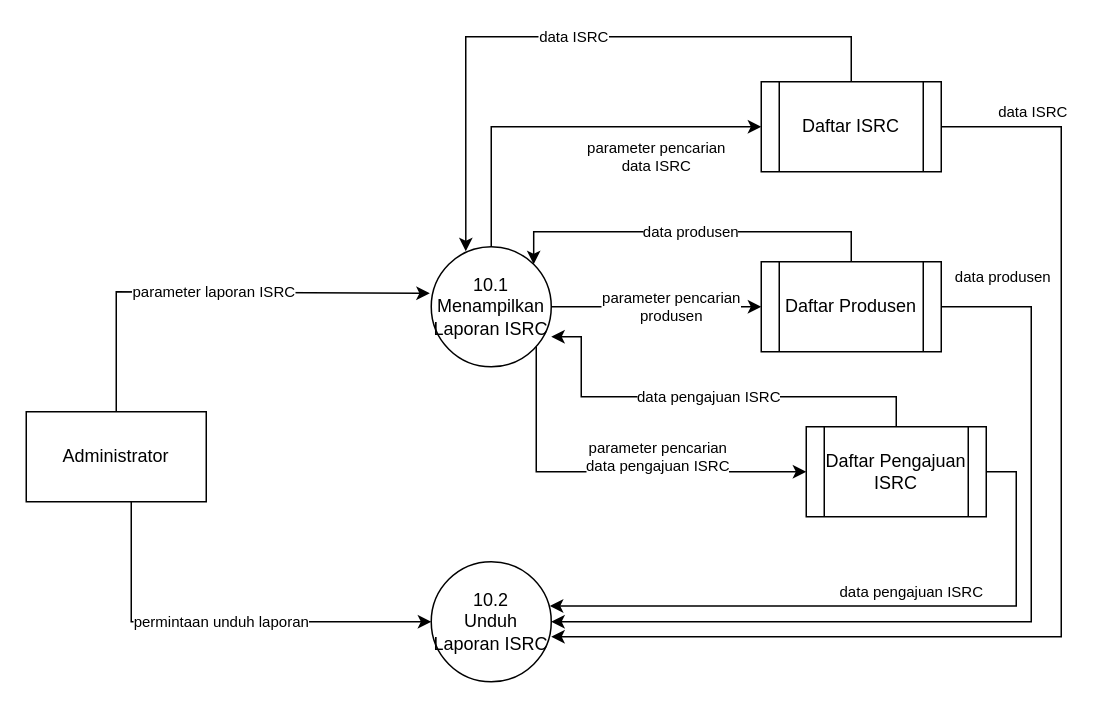
The draw.io diagram page "DFD lv.2 10.0" (15 of 26) of Kerjaan 2022/ERD.drawio in Mithaau/Kerjaan-2022, before the edit. Source tidied: cells renumbered, new cells numbered last; positions are measured from the earlier drawing's top-left corner, leaving out a move shared by most shapes. Both pictures are drawn from the tidied source at 150%, with x=0, y=0 at pixel (26, 36).
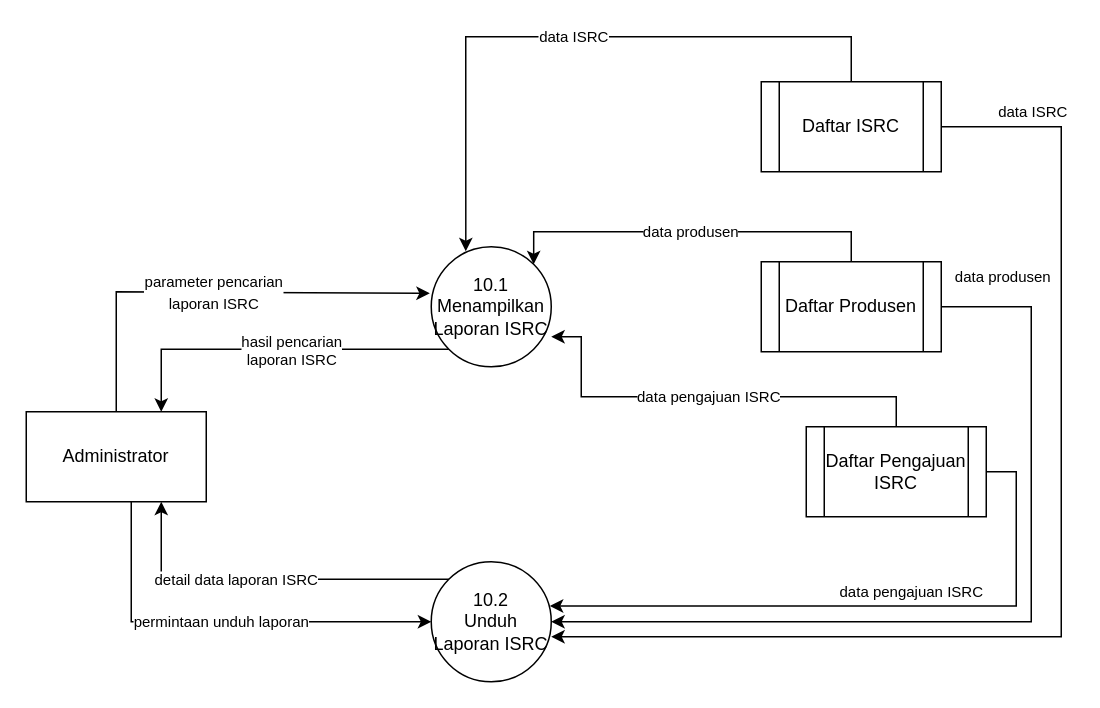
After the change.

The change refers to these unchanged cells:
```xml
<mxCell id="4" value="Administrator" style="rounded=0;whiteSpace=wrap;html=1;fontSize=12;" parent="1" vertex="1">
  <mxGeometry y="250" width="120" height="60" as="geometry" />
</mxCell>
<mxCell id="8" value="&lt;font style=&quot;font-size: 12px;&quot;&gt;10.1 &lt;br&gt;Menampilkan&lt;br&gt;Laporan ISRC&lt;br&gt;&lt;/font&gt;" style="ellipse;whiteSpace=wrap;html=1;fontSize=12;" parent="1" vertex="1">
  <mxGeometry x="270" y="140" width="80" height="80" as="geometry" />
</mxCell>
<mxCell id="9" value="&lt;font style=&quot;font-size: 12px;&quot;&gt;10.2 &lt;br&gt;Unduh Laporan ISRC&lt;/font&gt;" style="ellipse;whiteSpace=wrap;html=1;fontSize=12;" parent="1" vertex="1">
  <mxGeometry x="270" y="350" width="80" height="80" as="geometry" />
</mxCell>
<mxCell id="12" value="Daftar ISRC" style="shape=process;whiteSpace=wrap;html=1;backgroundOutline=1;fontSize=12;" parent="1" vertex="1">
  <mxGeometry x="490" y="30" width="120" height="60" as="geometry" />
</mxCell>
<mxCell id="15" value="Daftar Produsen" style="shape=process;whiteSpace=wrap;html=1;backgroundOutline=1;fontSize=12;" parent="1" vertex="1">
  <mxGeometry x="490" y="150" width="120" height="60" as="geometry" />
</mxCell>
<mxCell id="18" value="Daftar Pengajuan ISRC" style="shape=process;whiteSpace=wrap;html=1;backgroundOutline=1;fontSize=12;" parent="1" vertex="1">
  <mxGeometry x="520" y="260" width="120" height="60" as="geometry" />
</mxCell>
```

Diff of the diagram source:
```diff
@@
-    <mxCell id="2" value="&lt;font style=&quot;font-size: 10px;&quot;&gt;parameter laporan ISRC&lt;/font&gt;" style="edgeStyle=orthogonalEdgeStyle;rounded=0;jettySize=auto;html=1;entryX=-0.012;entryY=0.388;entryDx=0;entryDy=0;entryPerimeter=0;fontSize=12;startArrow=none;startFill=0;strokeColor=#000000;" parent="1" edge="1" source="4" target="8">
+    <mxCell id="2" value="&lt;font style=&quot;font-size: 10px;&quot;&gt;parameter pencarian&lt;br&gt;laporan ISRC&lt;br&gt;&lt;/font&gt;" style="edgeStyle=orthogonalEdgeStyle;rounded=0;jettySize=auto;html=1;entryX=-0.012;entryY=0.388;entryDx=0;entryDy=0;entryPerimeter=0;fontSize=12;startArrow=none;startFill=0;strokeColor=#000000;" parent="1" edge="1" source="4" target="8">
       <mxGeometry relative="1" as="geometry">
         <Array as="points">
           <mxPoint x="60" y="170" />
         </Array>
       </mxGeometry>
     </mxCell>
@@
-    <mxCell id="5" value="parameter pencarian &lt;br&gt;data ISRC" style="edgeStyle=orthogonalEdgeStyle;rounded=0;jettySize=auto;html=1;entryX=0;entryY=0.5;entryDx=0;entryDy=0;fontSize=10;" parent="1" edge="1" source="8" target="12">
-      <mxGeometry x="0.46" y="-20" relative="1" as="geometry">
-        <Array as="points">
-          <mxPoint x="310" y="60" />
-        </Array>
-      </mxGeometry>
-    </mxCell>
-    <mxCell id="6" value="parameter pencarian &lt;br&gt;produsen" style="edgeStyle=orthogonalEdgeStyle;rounded=0;jettySize=auto;html=1;entryX=0;entryY=0.5;entryDx=0;entryDy=0;fontSize=10;" parent="1" edge="1" source="8" target="15">
-      <mxGeometry x="0.14" relative="1" as="geometry" />
-    </mxCell>
-    <mxCell id="7" value="parameter pencarian &lt;br&gt;data pengajuan ISRC" style="edgeStyle=orthogonalEdgeStyle;rounded=0;jettySize=auto;html=1;entryX=0;entryY=0.5;entryDx=0;entryDy=0;fontSize=10;" parent="1" edge="1" source="8" target="18">
-      <mxGeometry x="0.25" y="10" relative="1" as="geometry">
-        <Array as="points">
-          <mxPoint x="340" y="290" />
-        </Array>
-      </mxGeometry>
-    </mxCell>
+    <mxCell id="19" style="edgeStyle=orthogonalEdgeStyle;rounded=0;jumpStyle=arc;jettySize=auto;html=1;exitX=0;exitY=1;exitDx=0;exitDy=0;entryX=0.75;entryY=0;entryDx=0;entryDy=0;fontSize=10;startArrow=none;startFill=0;" parent="1" edge="1" source="8" target="4">
+      <mxGeometry relative="1" as="geometry" />
+    </mxCell>
+    <mxCell id="20" value="hasil pencarian&lt;br&gt;laporan ISRC" style="edgeLabel;html=1;align=center;verticalAlign=middle;fontSize=10;" parent="19" vertex="1">
+      <mxGeometry x="-0.1" relative="1" as="geometry" />
+    </mxCell>
@@
+    <mxCell id="21" style="edgeStyle=orthogonalEdgeStyle;rounded=0;jumpStyle=arc;jettySize=auto;html=1;exitX=0;exitY=0;exitDx=0;exitDy=0;entryX=0.75;entryY=1;entryDx=0;entryDy=0;fontSize=10;startArrow=none;startFill=0;" parent="1" edge="1" source="9" target="4">
+      <mxGeometry relative="1" as="geometry" />
+    </mxCell>
+    <mxCell id="22" value="detail data laporan ISRC" style="edgeLabel;html=1;align=center;verticalAlign=middle;fontSize=10;" parent="21" vertex="1">
+      <mxGeometry x="0.17" relative="1" as="geometry" />
+    </mxCell>
```
